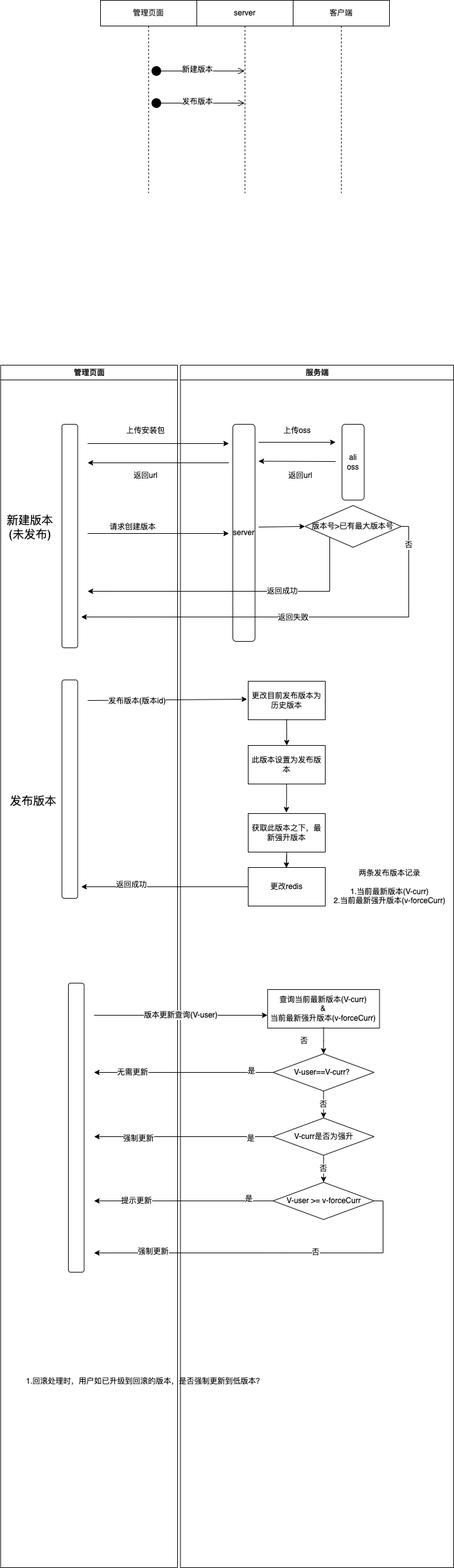
Before: ota-create-version.drawio.png, a diagram exported from draw.io (lh-hugh/mocha-demos). Source tidied: cells renumbered, new cells last; positions are measured from the earlier drawing's top-left corner, leaving out a move shared by most shapes.
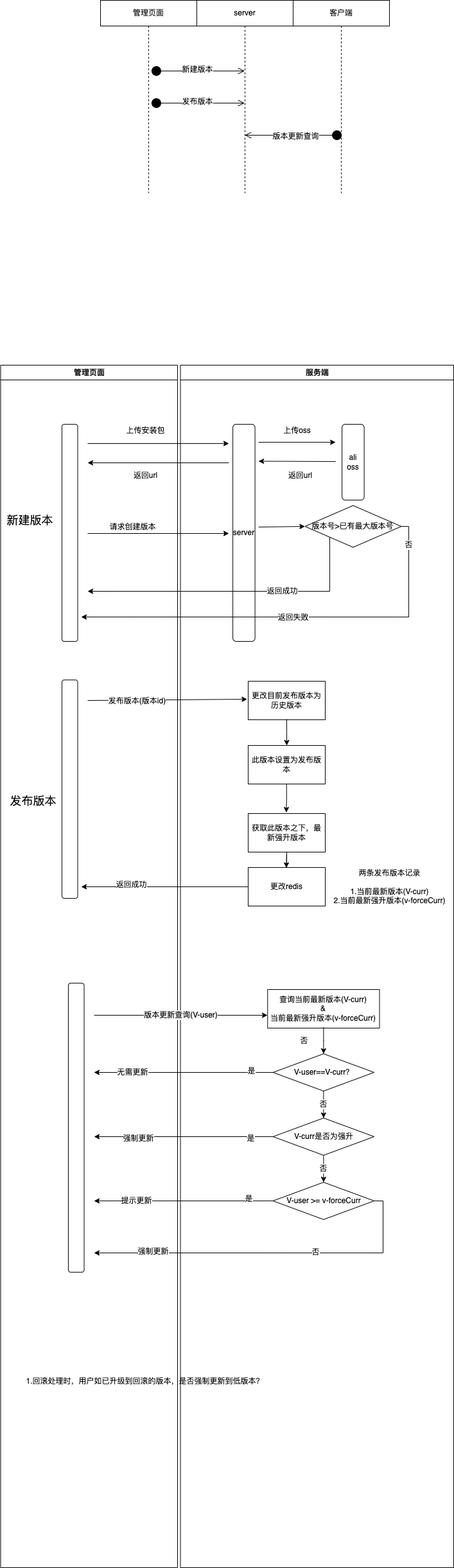
After the commit.

The edit, as a diff of the source:
```diff
@@ -6,7 +6,7 @@
       <mxGeometry x="0.5" y="568" width="275.5" height="1872" as="geometry" />
     </mxCell>
     <mxCell id="3" style="rounded=1;whiteSpace=wrap;html=1;" parent="2" vertex="1">
-      <mxGeometry x="95.5" y="92" width="24.5" height="348" as="geometry" />
+      <mxGeometry x="95.5" y="92" width="24.5" height="338" as="geometry" />
     </mxCell>
     <mxCell id="4" value="上传安装包" style="text;html=1;align=center;verticalAlign=middle;strokeColor=none;fillColor=none;" parent="2" vertex="1">
       <mxGeometry x="185.5" y="92" width="80" height="20" as="geometry" />
@@ -26,7 +26,7 @@
     <mxCell id="8" style="rounded=1;whiteSpace=wrap;html=1;" parent="2" vertex="1">
       <mxGeometry x="95.5" y="490" width="24.5" height="340" as="geometry" />
     </mxCell>
-    <mxCell id="9" value="&lt;font style=&quot;font-size: 18px&quot;&gt;新建版本&lt;br&gt;(未发布)&lt;/font&gt;" style="text;html=1;align=center;verticalAlign=middle;strokeColor=none;fillColor=none;" parent="2" vertex="1">
+    <mxCell id="9" value="&lt;font style=&quot;font-size: 18px&quot;&gt;新建版本&lt;br&gt;&lt;br&gt;&lt;/font&gt;" style="text;html=1;align=center;verticalAlign=middle;strokeColor=none;fillColor=none;" parent="2" vertex="1">
       <mxGeometry y="232" width="90" height="40" as="geometry" />
     </mxCell>
     <mxCell id="10" value="&lt;span style=&quot;font-size: 18px&quot;&gt;发布版本&lt;/span&gt;" style="text;html=1;align=center;verticalAlign=middle;strokeColor=none;fillColor=none;" parent="2" vertex="1">
@@ -298,5 +298,18 @@
     <mxCell id="69" value="客户端" style="shape=umlLifeline;perimeter=lifelinePerimeter;whiteSpace=wrap;html=1;fontSize=11;" parent="1" vertex="1">
       <mxGeometry x="456" width="150" height="300" as="geometry" />
     </mxCell>
+    <mxCell id="70" style="html=1;verticalAlign=bottom;startArrow=circle;startFill=1;endArrow=open;startSize=6;endSize=8;rounded=0;fontSize=11;" parent="69" edge="1" target="66">
+      <mxGeometry relative="1" as="geometry">
+        <mxPoint x="76.1" y="210" as="sourcePoint" />
+        <Array as="points">
+          <mxPoint x="61.1" y="210" />
+        </Array>
+      </mxGeometry>
+    </mxCell>
+    <mxCell id="71" value="版本更新查询&lt;span style=&quot;color: rgba(0 , 0 , 0 , 0) ; font-family: monospace ; font-size: 0px ; background-color: rgb(248 , 249 , 250)&quot;&gt;%3CmxGraphModel%3E%3Croot%3E%3CmxCell%20id%3D%220%22%2F%3E%3CmxCell%20id%3D%221%22%20parent%3D%220%22%2F%3E%3CmxCell%20id%3D%222%22%20value%3D%22%22%20style%3D%22html%3D1%3BverticalAlign%3Dbottom%3BstartArrow%3Dcircle%3BstartFill%3D1%3BendArrow%3Dopen%3BstartSize%3D6%3BendSize%3D8%3Brounded%3D0%3BfontSize%3D11%3B%22%20edge%3D%221%22%20parent%3D%221%22%3E%3CmxGeometry%20width%3D%2280%22%20relative%3D%221%22%20as%3D%22geometry%22%3E%3CmxPoint%20x%3D%22415%22%20y%3D%22-280%22%20as%3D%22sourcePoint%22%2F%3E%3CmxPoint%20x%3D%22544.5%22%20y%3D%22-280%22%20as%3D%22targetPoint%22%2F%3E%3CArray%20as%3D%22points%22%3E%3CmxPoint%20x%3D%22400%22%20y%3D%22-280%22%2F%3E%3C%2FArray%3E%3C%2FmxGeometry%3E%3C%2FmxCell%3E%3CmxCell%20id%3D%223%22%20value%3D%22%E5%8F%91%E5%B8%83%E7%89%88%E6%9C%AC%22%20style%3D%22edgeLabel%3Bhtml%3D1%3Balign%3Dcenter%3BverticalAlign%3Dmiddle%3Bresizable%3D0%3Bpoints%3D%5B%5D%3BfontSize%3D11%3B%22%20vertex%3D%221%22%20connectable%3D%220%22%20parent%3D%222%22%3E%3CmxGeometry%20x%3D%22-0.1964%22%20y%3D%222%22%20relative%3D%221%22%20as%3D%22geometry%22%3E%3CmxPoint%20x%3D%2221%22%20as%3D%22offset%22%2F%3E%3C%2FmxGeometry%3E%3C%2FmxCell%3E%3C%2Froot%3E%3C%2FmxGraphModel%3E&lt;/span&gt;&lt;span style=&quot;color: rgba(0 , 0 , 0 , 0) ; font-family: monospace ; font-size: 0px ; background-color: rgb(248 , 249 , 250)&quot;&gt;%3CmxGraphModel%3E%3Croot%3E%3CmxCell%20id%3D%220%22%2F%3E%3CmxCell%20id%3D%221%22%20parent%3D%220%22%2F%3E%3CmxCell%20id%3D%222%22%20value%3D%22%22%20style%3D%22html%3D1%3BverticalAlign%3Dbottom%3BstartArrow%3Dcircle%3BstartFill%3D1%3BendArrow%3Dopen%3BstartSize%3D6%3BendSize%3D8%3Brounded%3D0%3BfontSize%3D11%3B%22%20edge%3D%221%22%20parent%3D%221%22%3E%3CmxGeometry%20width%3D%2280%22%20relative%3D%221%22%20as%3D%22geometry%22%3E%3CmxPoint%20x%3D%22415%22%20y%3D%22-280%22%20as%3D%22sourcePoint%22%2F%3E%3CmxPoint%20x%3D%22544.5%22%20y%3D%22-280%22%20as%3D%22targetPoint%22%2F%3E%3CArray%20as%3D%22points%22%3E%3CmxPoint%20x%3D%22400%22%20y%3D%22-280%22%2F%3E%3C%2FArray%3E%3C%2FmxGeometry%3E%3C%2FmxCell%3E%3CmxCell%20id%3D%223%22%20value%3D%22%E5%8F%91%E5%B8%83%E7%89%88%E6%9C%AC%22%20style%3D%22edgeLabel%3Bhtml%3D1%3Balign%3Dcenter%3BverticalAlign%3Dmiddle%3Bresizable%3D0%3Bpoints%3D%5B%5D%3BfontSize%3D11%3B%22%20vertex%3D%221%22%20connectable%3D%220%22%20parent%3D%222%22%3E%3CmxGeometry%20x%3D%22-0.1964%22%20y%3D%222%22%20relative%3D%221%22%20as%3D%22geometry%22%3E%3CmxPoint%20x%3D%2221%22%20as%3D%22offset%22%2F%3E%3C%2FmxGeometry%3E%3C%2FmxCell%3E%3C%2Froot%3E%3C%2FmxGraphModel%3E&lt;/span&gt;" style="edgeLabel;html=1;align=center;verticalAlign=middle;fontSize=11;" parent="70" vertex="1">
+      <mxGeometry x="-0.2" y="2" relative="1" as="geometry">
+        <mxPoint x="-12" as="offset" />
+      </mxGeometry>
+    </mxCell>
   </root>
 </mxGraphModel>
```
